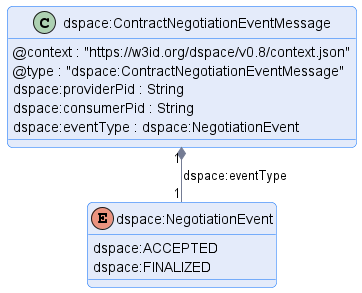
Above: negotiation/message/diagram/contract-negotiation-event-message.png in International-Data-Spaces-Association/ids-specification (PlantUML), before the change.
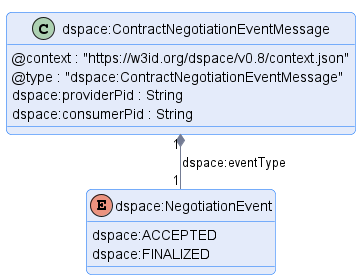
The same diagram one commit later.

Diff of the diagram source:
```diff
@@ -11,7 +11,6 @@
     @type : "dspace:ContractNegotiationEventMessage"
     dspace:providerPid : String
     dspace:consumerPid : String
-    dspace:eventType : dspace:NegotiationEvent
 }
 
 enum dspace:NegotiationEvent {
```
